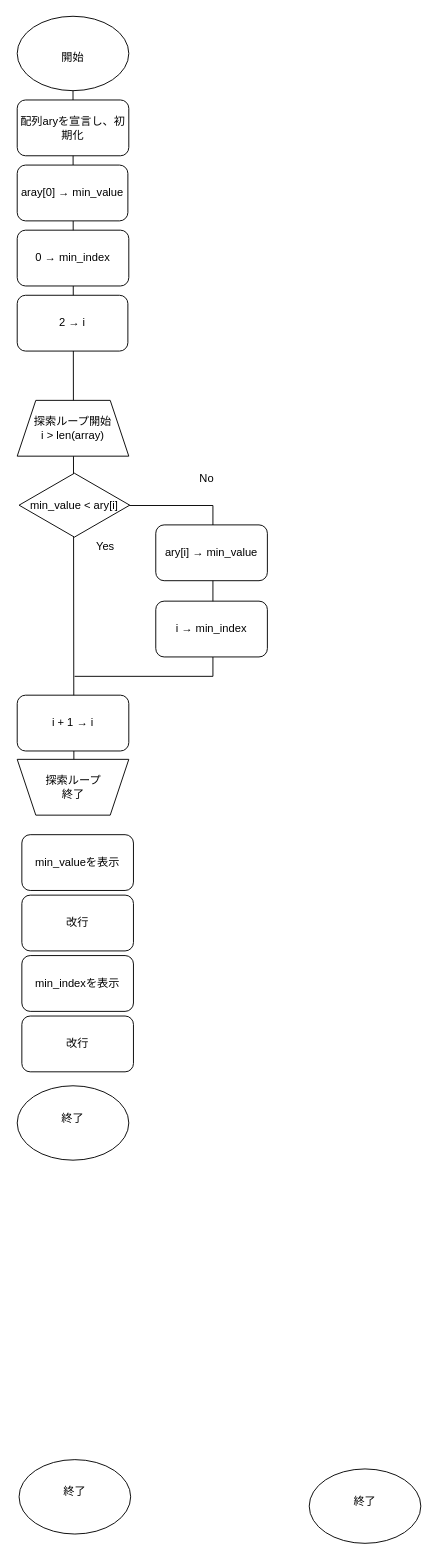
Earlier version of the draw.io diagram 034_lesson.dio (ConniConni/algorithm-in-python). Source tidied: cells renumbered, new cells numbered last; positions are measured from the earlier drawing's top-left corner, leaving out a move shared by most shapes. Both pictures are drawn from the tidied source at 93%, with x=0, y=0 at pixel (17, 16).
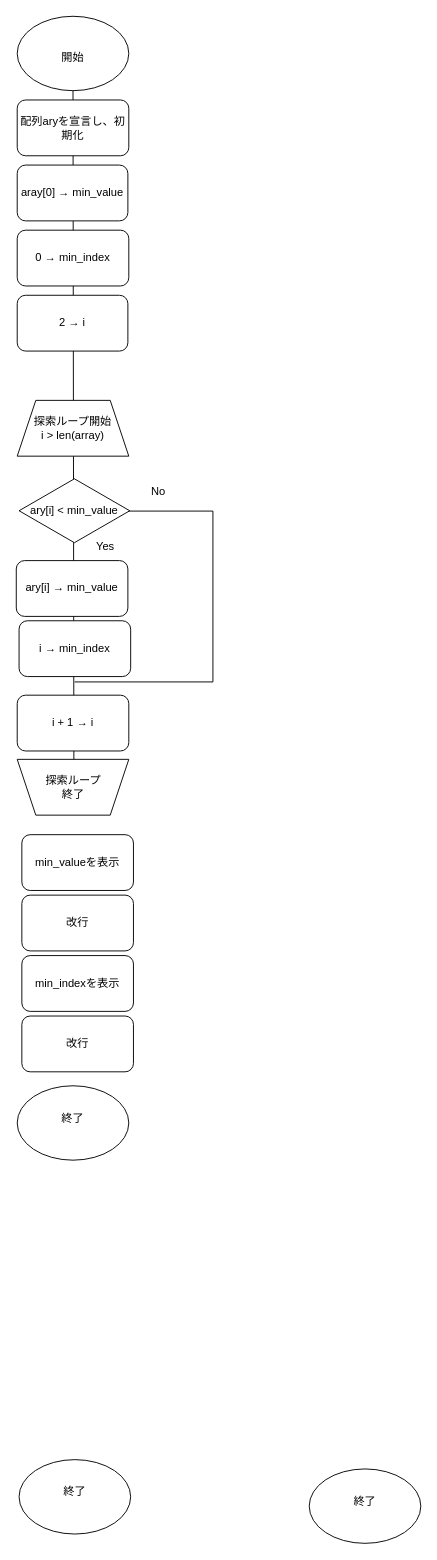
After the change.

Commit message:
034フローチャート再コミット

Diff of the diagram source:
```diff
@@
     <mxCell id="2" style="shape=partialRectangle;whiteSpace=wrap;html=1;bottom=1;right=1;left=1;top=0;fillColor=none;routingCenterX=-0.5;rotation=-90;" parent="1" vertex="1">
-      <mxGeometry x="44.5" y="543.8" width="183.7" height="148.2" as="geometry" />
+      <mxGeometry x="44.5" y="549.8" width="183.7" height="148.2" as="geometry" />
     </mxCell>
@@
     <mxCell id="18" value="No" style="text;html=1;align=center;verticalAlign=middle;whiteSpace=wrap;rounded=0;" parent="1" vertex="1">
-      <mxGeometry x="174" y="482" width="60" height="30" as="geometry" />
+      <mxGeometry x="122" y="496" width="60" height="30" as="geometry" />
     </mxCell>
@@
     <mxCell id="22" value="ary[i] → min_value" style="rounded=1;whiteSpace=wrap;html=1;" parent="1" vertex="1">
-      <mxGeometry x="149" y="546.9" width="120" height="60" as="geometry" />
+      <mxGeometry x="-1" y="585.3" width="120" height="60" as="geometry" />
     </mxCell>
-    <mxCell id="23" value="min_value &amp;lt; ary[i]" style="html=1;whiteSpace=wrap;shape=isoRectangle;" parent="1" vertex="1">
-      <mxGeometry x="2" y="490" width="119" height="71.4" as="geometry" />
+    <mxCell id="23" value="ary[i] &amp;lt;&amp;nbsp;&lt;span style=&quot;color: rgb(0, 0, 0);&quot;&gt;min_value&lt;/span&gt;" style="html=1;whiteSpace=wrap;shape=isoRectangle;" parent="1" vertex="1">
+      <mxGeometry x="2" y="496" width="119" height="71.4" as="geometry" />
     </mxCell>
     <mxCell id="24" value="i → min_index" style="rounded=1;whiteSpace=wrap;html=1;" parent="1" vertex="1">
-      <mxGeometry x="149" y="628.9" width="120" height="60" as="geometry" />
+      <mxGeometry x="2" y="650" width="120" height="60" as="geometry" />
     </mxCell>
```
